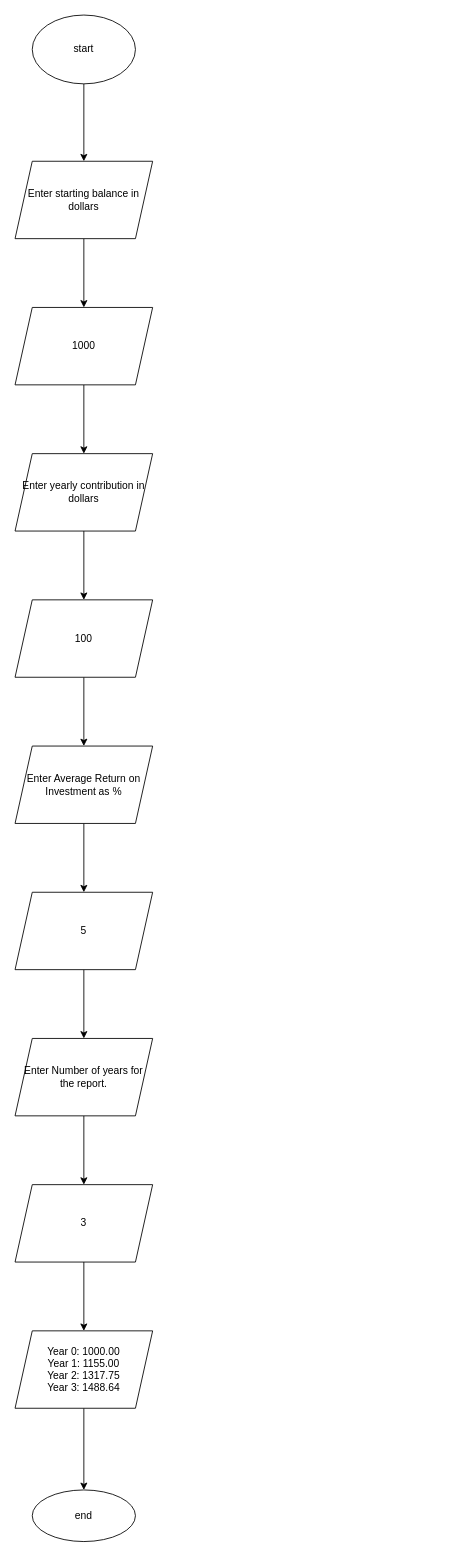
The draw.io diagram Untitled Diagram.drawio in tanner68775/practice21, before the edit. Source tidied: cells renumbered, new cells numbered last; positions are measured from the earlier drawing's top-left corner, leaving out a move shared by most shapes. Both pictures are drawn from the tidied source at 86%, with x=0, y=0 at pixel (15, 15).
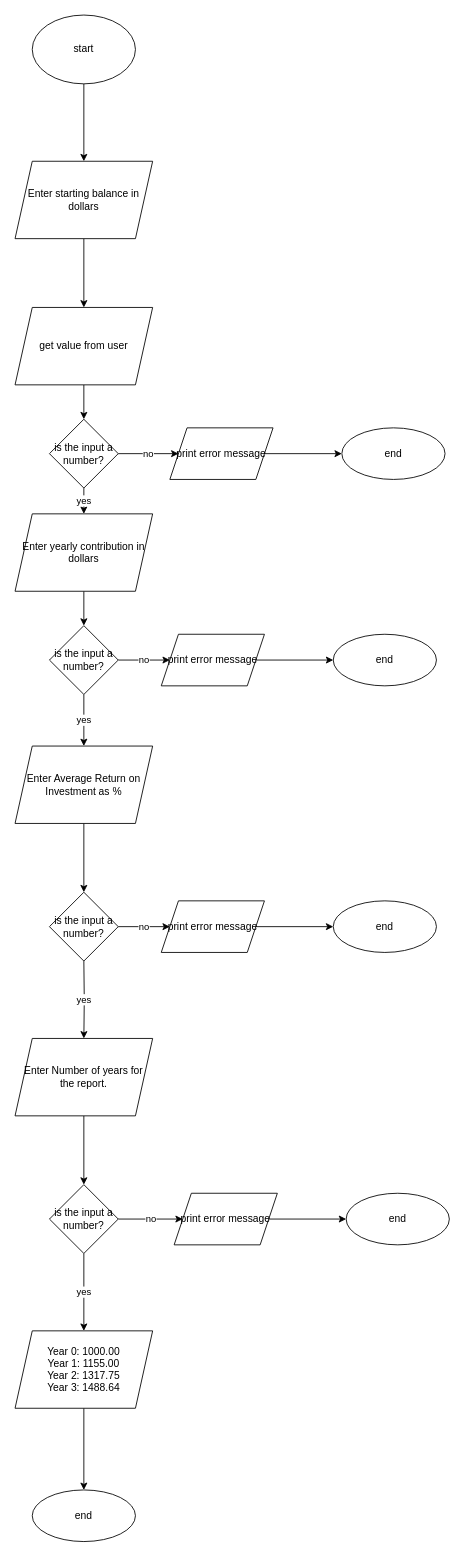
The same page after the edit.

Unchanged cells that the change refers to:
```xml
<mxCell id="13" value="Enter Average Return on Investment as %" style="shape=parallelogram;perimeter=parallelogramPerimeter;whiteSpace=wrap;html=1;fixedSize=1;" parent="1" vertex="1">
  <mxGeometry y="850" width="160" height="90" as="geometry" />
</mxCell>
<mxCell id="17" value="Enter Number of years for the report." style="shape=parallelogram;perimeter=parallelogramPerimeter;whiteSpace=wrap;html=1;fixedSize=1;" parent="1" vertex="1">
  <mxGeometry y="1190" width="160" height="90" as="geometry" />
</mxCell>
<mxCell id="21" value="&lt;div&gt;Year 0: 1000.00&lt;/div&gt;&lt;div&gt;&lt;span&gt;     &lt;/span&gt;Year 1: 1155.00&lt;/div&gt;&lt;div&gt;&lt;span&gt;     &lt;/span&gt;Year 2: 1317.75&lt;/div&gt;&lt;div&gt;&lt;span&gt;     &lt;/span&gt;Year 3: 1488.64&lt;/div&gt;" style="shape=parallelogram;perimeter=parallelogramPerimeter;whiteSpace=wrap;html=1;fixedSize=1;" parent="1" vertex="1">
  <mxGeometry y="1530" width="160" height="90" as="geometry" />
</mxCell>
```

Change to the diagram source:
```diff
@@
-    <mxCell id="6" style="edgeStyle=orthogonalEdgeStyle;rounded=0;jettySize=auto;html=1;" parent="1" edge="1" source="7" target="9">
-      <mxGeometry relative="1" as="geometry" />
-    </mxCell>
+    <mxCell id="23" style="edgeStyle=orthogonalEdgeStyle;rounded=0;jettySize=auto;html=1;" parent="1" edge="1" source="7" target="27">
+      <mxGeometry relative="1" as="geometry" />
+    </mxCell>
-    <mxCell id="7" value="1000" style="shape=parallelogram;perimeter=parallelogramPerimeter;whiteSpace=wrap;html=1;fixedSize=1;" parent="1" vertex="1">
+    <mxCell id="7" value="get value from user" style="shape=parallelogram;perimeter=parallelogramPerimeter;whiteSpace=wrap;html=1;fixedSize=1;" parent="1" vertex="1">
       <mxGeometry y="340" width="160" height="90" as="geometry" />
     </mxCell>
-    <mxCell id="8" style="edgeStyle=orthogonalEdgeStyle;rounded=0;jettySize=auto;html=1;" parent="1" edge="1" source="9" target="11">
-      <mxGeometry relative="1" as="geometry" />
-    </mxCell>
+    <mxCell id="24" style="edgeStyle=orthogonalEdgeStyle;rounded=0;jettySize=auto;html=1;" parent="1" edge="1" source="9" target="33">
+      <mxGeometry relative="1" as="geometry" />
+    </mxCell>
     <mxCell id="9" value="Enter yearly contribution in dollars" style="shape=parallelogram;perimeter=parallelogramPerimeter;whiteSpace=wrap;html=1;fixedSize=1;" parent="1" vertex="1">
-      <mxGeometry y="510" width="160" height="90" as="geometry" />
+      <mxGeometry y="580" width="160" height="90" as="geometry" />
     </mxCell>
-    <mxCell id="10" style="edgeStyle=orthogonalEdgeStyle;rounded=0;jettySize=auto;html=1;" parent="1" edge="1" source="11" target="13">
-      <mxGeometry relative="1" as="geometry" />
-    </mxCell>
-    <mxCell id="11" value="100" style="shape=parallelogram;perimeter=parallelogramPerimeter;whiteSpace=wrap;html=1;fixedSize=1;" parent="1" vertex="1">
-      <mxGeometry y="680" width="160" height="90" as="geometry" />
-    </mxCell>
-    <mxCell id="12" style="edgeStyle=orthogonalEdgeStyle;rounded=0;jettySize=auto;html=1;" parent="1" edge="1" source="13" target="15">
+    <mxCell id="12" style="edgeStyle=orthogonalEdgeStyle;rounded=0;jettySize=auto;html=1;entryX=0.5;entryY=0;entryDx=0;entryDy=0;" parent="1" edge="1" source="13" target="38">
       <mxGeometry relative="1" as="geometry" />
     </mxCell>
@@
-    <mxCell id="14" style="edgeStyle=orthogonalEdgeStyle;rounded=0;jettySize=auto;html=1;" parent="1" edge="1" source="15" target="17">
-      <mxGeometry relative="1" as="geometry" />
+    <mxCell id="14" value="yes" style="edgeStyle=orthogonalEdgeStyle;rounded=0;jettySize=auto;html=1;" parent="1" edge="1" target="17">
+      <mxGeometry relative="1" as="geometry">
+        <mxPoint x="80" y="1100" as="sourcePoint" />
+      </mxGeometry>
     </mxCell>
-    <mxCell id="15" value="5" style="shape=parallelogram;perimeter=parallelogramPerimeter;whiteSpace=wrap;html=1;fixedSize=1;" parent="1" vertex="1">
-      <mxGeometry y="1020" width="160" height="90" as="geometry" />
-    </mxCell>
-    <mxCell id="16" style="edgeStyle=orthogonalEdgeStyle;rounded=0;jettySize=auto;html=1;" parent="1" edge="1" source="17" target="19">
+    <mxCell id="16" style="edgeStyle=orthogonalEdgeStyle;rounded=0;jettySize=auto;html=1;entryX=0.5;entryY=0;entryDx=0;entryDy=0;" parent="1" edge="1" source="17" target="43">
       <mxGeometry relative="1" as="geometry" />
     </mxCell>
@@
-    <mxCell id="18" style="edgeStyle=orthogonalEdgeStyle;rounded=0;jettySize=auto;html=1;" parent="1" edge="1" source="19" target="21">
+    <mxCell id="18" value="yes" style="edgeStyle=orthogonalEdgeStyle;rounded=0;jettySize=auto;html=1;exitX=0.5;exitY=1;exitDx=0;exitDy=0;" parent="1" edge="1" source="43" target="21">
       <mxGeometry relative="1" as="geometry" />
     </mxCell>
-    <mxCell id="19" value="3" style="shape=parallelogram;perimeter=parallelogramPerimeter;whiteSpace=wrap;html=1;fixedSize=1;" parent="1" vertex="1">
-      <mxGeometry y="1360" width="160" height="90" as="geometry" />
-    </mxCell>
@@
+    <mxCell id="25" value="no" style="edgeStyle=orthogonalEdgeStyle;rounded=0;jettySize=auto;html=1;" parent="1" edge="1" source="27" target="29">
+      <mxGeometry relative="1" as="geometry" />
+    </mxCell>
+    <mxCell id="26" value="yes" style="edgeStyle=orthogonalEdgeStyle;rounded=0;jettySize=auto;html=1;exitX=0.5;exitY=1;exitDx=0;exitDy=0;entryX=0.5;entryY=0;entryDx=0;entryDy=0;" parent="1" edge="1" source="27" target="9">
+      <mxGeometry relative="1" as="geometry" />
+    </mxCell>
+    <mxCell id="27" value="is the input a number?" style="rhombus;whiteSpace=wrap;html=1;" parent="1" vertex="1">
+      <mxGeometry x="40" y="470" width="80" height="80" as="geometry" />
+    </mxCell>
+    <mxCell id="28" style="edgeStyle=orthogonalEdgeStyle;rounded=0;jettySize=auto;html=1;" parent="1" edge="1" source="29" target="30">
+      <mxGeometry relative="1" as="geometry" />
+    </mxCell>
+    <mxCell id="29" value="print error message" style="shape=parallelogram;perimeter=parallelogramPerimeter;whiteSpace=wrap;html=1;fixedSize=1;" parent="1" vertex="1">
+      <mxGeometry x="180" y="480" width="120" height="60" as="geometry" />
+    </mxCell>
+    <mxCell id="30" value="end" style="ellipse;whiteSpace=wrap;html=1;" parent="1" vertex="1">
+      <mxGeometry x="380" y="480" width="120" height="60" as="geometry" />
+    </mxCell>
+    <mxCell id="31" value="no" style="edgeStyle=orthogonalEdgeStyle;rounded=0;jettySize=auto;html=1;exitX=1;exitY=0.5;exitDx=0;exitDy=0;" parent="1" edge="1" source="33">
+      <mxGeometry relative="1" as="geometry">
+        <mxPoint x="180" y="750" as="targetPoint" />
+      </mxGeometry>
+    </mxCell>
+    <mxCell id="32" value="yes" style="edgeStyle=orthogonalEdgeStyle;rounded=0;jettySize=auto;html=1;" parent="1" edge="1" source="33" target="13">
+      <mxGeometry relative="1" as="geometry" />
+    </mxCell>
+    <mxCell id="33" value="is the input a number?" style="rhombus;whiteSpace=wrap;html=1;" parent="1" vertex="1">
+      <mxGeometry x="40" y="710" width="80" height="80" as="geometry" />
+    </mxCell>
+    <mxCell id="34" style="edgeStyle=orthogonalEdgeStyle;rounded=0;jettySize=auto;html=1;" parent="1" edge="1" source="35" target="36">
+      <mxGeometry relative="1" as="geometry" />
+    </mxCell>
+    <mxCell id="35" value="print error message" style="shape=parallelogram;perimeter=parallelogramPerimeter;whiteSpace=wrap;html=1;fixedSize=1;" parent="1" vertex="1">
+      <mxGeometry x="170" y="720" width="120" height="60" as="geometry" />
+    </mxCell>
+    <mxCell id="36" value="end" style="ellipse;whiteSpace=wrap;html=1;" parent="1" vertex="1">
+      <mxGeometry x="370" y="720" width="120" height="60" as="geometry" />
+    </mxCell>
+    <mxCell id="37" value="no" style="edgeStyle=orthogonalEdgeStyle;rounded=0;jettySize=auto;html=1;" parent="1" edge="1" source="38" target="40">
+      <mxGeometry relative="1" as="geometry" />
+    </mxCell>
+    <mxCell id="38" value="is the input a number?" style="rhombus;whiteSpace=wrap;html=1;" parent="1" vertex="1">
+      <mxGeometry x="40" y="1020" width="80" height="80" as="geometry" />
+    </mxCell>
+    <mxCell id="39" style="edgeStyle=orthogonalEdgeStyle;rounded=0;jettySize=auto;html=1;" parent="1" edge="1" source="40" target="41">
+      <mxGeometry relative="1" as="geometry" />
+    </mxCell>
+    <mxCell id="40" value="print error message" style="shape=parallelogram;perimeter=parallelogramPerimeter;whiteSpace=wrap;html=1;fixedSize=1;" parent="1" vertex="1">
+      <mxGeometry x="170" y="1030" width="120" height="60" as="geometry" />
+    </mxCell>
+    <mxCell id="41" value="end" style="ellipse;whiteSpace=wrap;html=1;" parent="1" vertex="1">
+      <mxGeometry x="370" y="1030" width="120" height="60" as="geometry" />
+    </mxCell>
+    <mxCell id="42" value="no" style="edgeStyle=orthogonalEdgeStyle;rounded=0;jettySize=auto;html=1;entryX=0;entryY=0.5;entryDx=0;entryDy=0;" parent="1" edge="1" source="43" target="45">
+      <mxGeometry relative="1" as="geometry" />
+    </mxCell>
+    <mxCell id="43" value="is the input a number?" style="rhombus;whiteSpace=wrap;html=1;" parent="1" vertex="1">
+      <mxGeometry x="40" y="1360" width="80" height="80" as="geometry" />
+    </mxCell>
+    <mxCell id="44" style="edgeStyle=orthogonalEdgeStyle;rounded=0;jettySize=auto;html=1;" parent="1" edge="1" source="45" target="46">
+      <mxGeometry relative="1" as="geometry" />
+    </mxCell>
+    <mxCell id="45" value="print error message" style="shape=parallelogram;perimeter=parallelogramPerimeter;whiteSpace=wrap;html=1;fixedSize=1;" parent="1" vertex="1">
+      <mxGeometry x="185" y="1370" width="120" height="60" as="geometry" />
+    </mxCell>
+    <mxCell id="46" value="end" style="ellipse;whiteSpace=wrap;html=1;" parent="1" vertex="1">
+      <mxGeometry x="385" y="1370" width="120" height="60" as="geometry" />
+    </mxCell>
```
